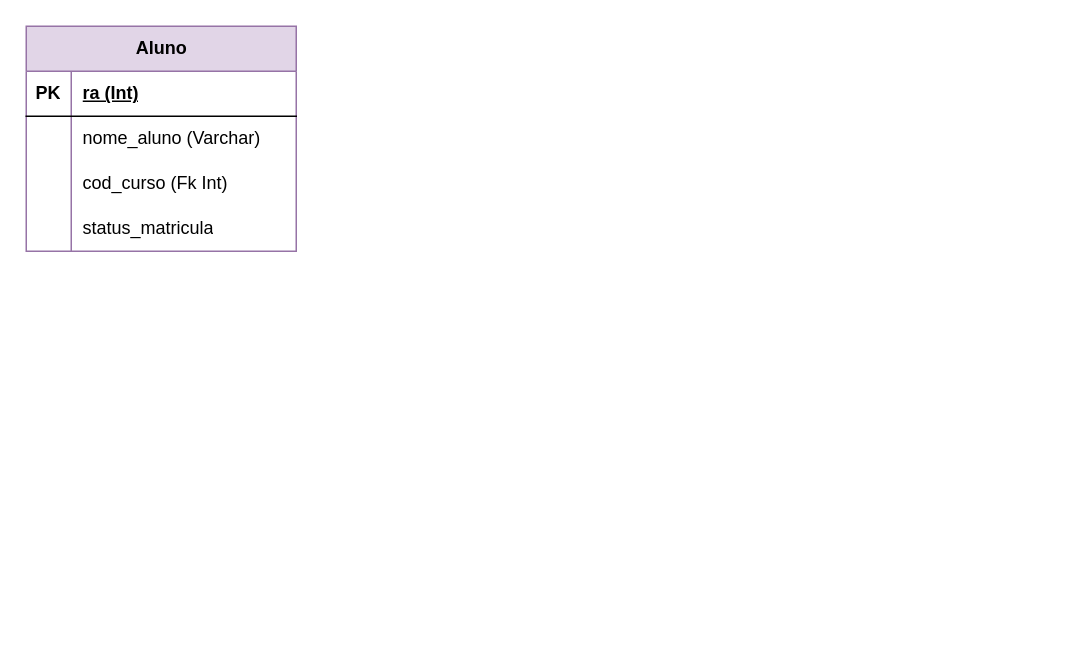
Before: faculdadebd.drawio in Laraewellen/Banco-de-dados-teste, a draw.io diagram. Source tidied: cells renumbered, new cells numbered last; positions are measured from the earlier drawing's top-left corner, leaving out a move shared by most shapes. Both pictures are drawn from the tidied source at 150%, with x=0, y=0 at pixel (26, 26).
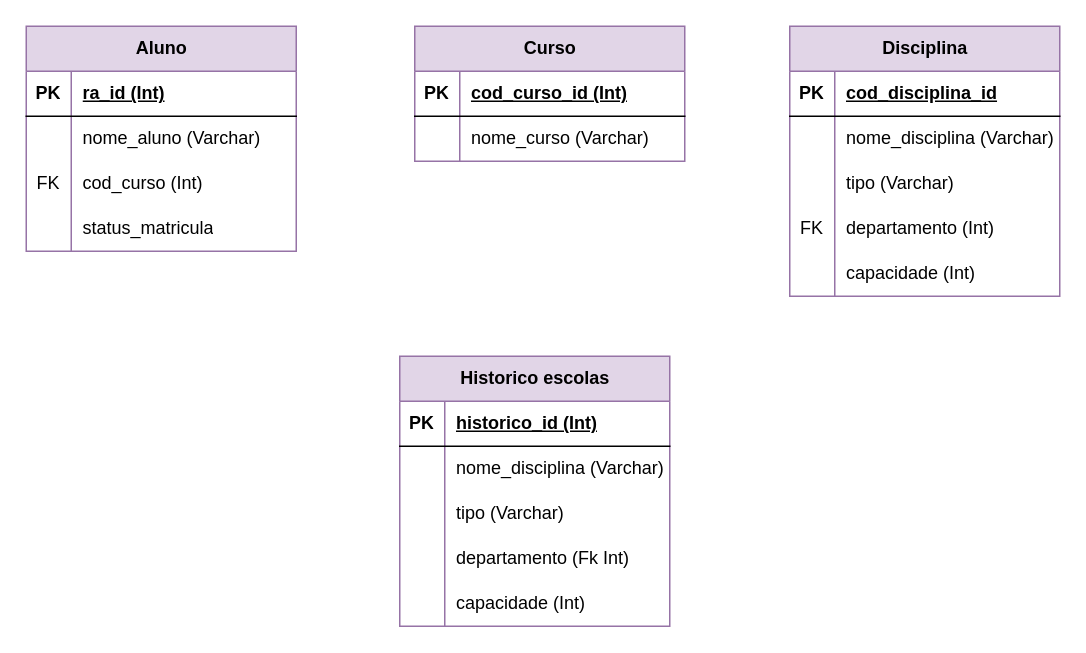
Above is the later version.

Unchanged cells that the change refers to:
```xml
<mxCell id="3" style="shape=tableRow;horizontal=0;startSize=0;swimlaneHead=0;swimlaneBody=0;fillColor=none;top=0;left=0;right=0;bottom=1;" parent="2" vertex="1">
  <mxGeometry y="30" width="180" height="30" as="geometry" />
</mxCell>
<mxCell id="9" style="shape=tableRow;horizontal=0;startSize=0;swimlaneHead=0;swimlaneBody=0;fillColor=none;top=0;left=0;right=0;bottom=0;" parent="2" vertex="1">
  <mxGeometry y="90" width="180" height="30" as="geometry" />
</mxCell>
```

The edit, as a diff of the source:
```diff
@@
-    <mxCell id="5" value="ra (Int)" style="shape=partialRectangle;fillColor=none;top=0;left=0;bottom=0;right=0;align=left;spacingLeft=6;fontStyle=5;overflow=hidden;whiteSpace=wrap;html=1;" parent="3" vertex="1">
+    <mxCell id="5" value="ra_id (Int)" style="shape=partialRectangle;fillColor=none;top=0;left=0;bottom=0;right=0;align=left;spacingLeft=6;fontStyle=5;overflow=hidden;whiteSpace=wrap;html=1;" parent="3" vertex="1">
       <mxGeometry x="30" width="150" height="30" as="geometry" />
     </mxCell>
@@
-    <mxCell id="10" style="shape=partialRectangle;fillColor=none;top=0;left=0;bottom=0;right=0;overflow=hidden;whiteSpace=wrap;html=1;" parent="9" vertex="1">
+    <mxCell id="10" value="FK" style="shape=partialRectangle;fillColor=none;top=0;left=0;bottom=0;right=0;overflow=hidden;whiteSpace=wrap;html=1;" parent="9" vertex="1">
       <mxGeometry width="30" height="30" as="geometry" />
     </mxCell>
-    <mxCell id="11" value="cod_curso (Fk Int)" style="shape=partialRectangle;fillColor=none;top=0;left=0;bottom=0;right=0;align=left;spacingLeft=6;overflow=hidden;whiteSpace=wrap;html=1;" parent="9" vertex="1">
+    <mxCell id="11" value="cod_curso (Int)" style="shape=partialRectangle;fillColor=none;top=0;left=0;bottom=0;right=0;align=left;spacingLeft=6;overflow=hidden;whiteSpace=wrap;html=1;" parent="9" vertex="1">
       <mxGeometry x="30" width="150" height="30" as="geometry" />
     </mxCell>
@@
+    <mxCell id="15" value="Disciplina" style="shape=table;startSize=30;childLayout=tableLayout;rowLines=0;fontStyle=1;align=center;html=1;fillColor=#e1d5e7;strokeColor=#9673a6;" parent="1" vertex="1">
+      <mxGeometry x="509" width="180" height="180" as="geometry" />
+    </mxCell>
+    <mxCell id="16" style="shape=tableRow;horizontal=0;startSize=0;swimlaneHead=0;swimlaneBody=0;fillColor=none;top=0;left=0;right=0;bottom=1;" parent="15" vertex="1">
+      <mxGeometry y="30" width="180" height="30" as="geometry" />
+    </mxCell>
+    <mxCell id="17" value="PK" style="shape=partialRectangle;fillColor=none;top=0;left=0;bottom=0;right=0;fontStyle=1;overflow=hidden;whiteSpace=wrap;html=1;" parent="16" vertex="1">
+      <mxGeometry width="30" height="30" as="geometry" />
+    </mxCell>
+    <mxCell id="18" value="cod_disciplina_id" style="shape=partialRectangle;fillColor=none;top=0;left=0;bottom=0;right=0;align=left;spacingLeft=6;fontStyle=5;overflow=hidden;whiteSpace=wrap;html=1;" parent="16" vertex="1">
+      <mxGeometry x="30" width="150" height="30" as="geometry" />
+    </mxCell>
+    <mxCell id="19" style="shape=tableRow;horizontal=0;startSize=0;swimlaneHead=0;swimlaneBody=0;fillColor=none;top=0;left=0;right=0;bottom=0;" parent="15" vertex="1">
+      <mxGeometry y="60" width="180" height="30" as="geometry" />
+    </mxCell>
+    <mxCell id="20" style="shape=partialRectangle;fillColor=none;top=0;left=0;bottom=0;right=0;overflow=hidden;whiteSpace=wrap;html=1;" parent="19" vertex="1">
+      <mxGeometry width="30" height="30" as="geometry" />
+    </mxCell>
+    <mxCell id="21" value="nome_disciplina (Varchar)" style="shape=partialRectangle;fillColor=none;top=0;left=0;bottom=0;right=0;align=left;spacingLeft=6;overflow=hidden;whiteSpace=wrap;html=1;" parent="19" vertex="1">
+      <mxGeometry x="30" width="150" height="30" as="geometry" />
+    </mxCell>
+    <mxCell id="22" style="shape=tableRow;horizontal=0;startSize=0;swimlaneHead=0;swimlaneBody=0;fillColor=none;top=0;left=0;right=0;bottom=0;" parent="15" vertex="1">
+      <mxGeometry y="90" width="180" height="30" as="geometry" />
+    </mxCell>
+    <mxCell id="23" style="shape=partialRectangle;fillColor=none;top=0;left=0;bottom=0;right=0;overflow=hidden;whiteSpace=wrap;html=1;" parent="22" vertex="1">
+      <mxGeometry width="30" height="30" as="geometry" />
+    </mxCell>
+    <mxCell id="24" value="tipo (Varchar)" style="shape=partialRectangle;fillColor=none;top=0;left=0;bottom=0;right=0;align=left;spacingLeft=6;overflow=hidden;whiteSpace=wrap;html=1;" parent="22" vertex="1">
+      <mxGeometry x="30" width="150" height="30" as="geometry" />
+    </mxCell>
+    <mxCell id="25" style="shape=tableRow;horizontal=0;startSize=0;swimlaneHead=0;swimlaneBody=0;fillColor=none;top=0;left=0;right=0;bottom=0;" parent="15" vertex="1">
+      <mxGeometry y="120" width="180" height="30" as="geometry" />
+    </mxCell>
+    <mxCell id="26" value="FK" style="shape=partialRectangle;fillColor=none;top=0;left=0;bottom=0;right=0;overflow=hidden;whiteSpace=wrap;html=1;" parent="25" vertex="1">
+      <mxGeometry width="30" height="30" as="geometry" />
+    </mxCell>
+    <mxCell id="27" value="departamento (Int)" style="shape=partialRectangle;fillColor=none;top=0;left=0;bottom=0;right=0;align=left;spacingLeft=6;overflow=hidden;whiteSpace=wrap;html=1;" parent="25" vertex="1">
+      <mxGeometry x="30" width="150" height="30" as="geometry" />
+    </mxCell>
+    <mxCell id="28" style="shape=tableRow;horizontal=0;startSize=0;swimlaneHead=0;swimlaneBody=0;fillColor=none;top=0;left=0;right=0;bottom=0;" parent="15" vertex="1">
+      <mxGeometry y="150" width="180" height="30" as="geometry" />
+    </mxCell>
+    <mxCell id="29" style="shape=partialRectangle;fillColor=none;top=0;left=0;bottom=0;right=0;overflow=hidden;whiteSpace=wrap;html=1;" parent="28" vertex="1">
+      <mxGeometry width="30" height="30" as="geometry" />
+    </mxCell>
+    <mxCell id="30" value="capacidade (Int)" style="shape=partialRectangle;fillColor=none;top=0;left=0;bottom=0;right=0;align=left;spacingLeft=6;overflow=hidden;whiteSpace=wrap;html=1;" parent="28" vertex="1">
+      <mxGeometry x="30" width="150" height="30" as="geometry" />
+    </mxCell>
+    <mxCell id="31" value="Curso" style="shape=table;startSize=30;childLayout=tableLayout;rowLines=0;fontStyle=1;align=center;html=1;fillColor=#e1d5e7;strokeColor=#9673a6;" parent="1" vertex="1">
+      <mxGeometry x="259" width="180" height="90" as="geometry" />
+    </mxCell>
+    <mxCell id="32" style="shape=tableRow;horizontal=0;startSize=0;swimlaneHead=0;swimlaneBody=0;fillColor=none;top=0;left=0;right=0;bottom=1;" parent="31" vertex="1">
+      <mxGeometry y="30" width="180" height="30" as="geometry" />
+    </mxCell>
+    <mxCell id="33" value="PK" style="shape=partialRectangle;fillColor=none;top=0;left=0;bottom=0;right=0;fontStyle=1;overflow=hidden;whiteSpace=wrap;html=1;" parent="32" vertex="1">
+      <mxGeometry width="30" height="30" as="geometry" />
+    </mxCell>
+    <mxCell id="34" value="cod_curso_id (Int)" style="shape=partialRectangle;fillColor=none;top=0;left=0;bottom=0;right=0;align=left;spacingLeft=6;fontStyle=5;overflow=hidden;whiteSpace=wrap;html=1;" parent="32" vertex="1">
+      <mxGeometry x="30" width="150" height="30" as="geometry" />
+    </mxCell>
+    <mxCell id="35" style="shape=tableRow;horizontal=0;startSize=0;swimlaneHead=0;swimlaneBody=0;fillColor=none;top=0;left=0;right=0;bottom=0;" parent="31" vertex="1">
+      <mxGeometry y="60" width="180" height="30" as="geometry" />
+    </mxCell>
+    <mxCell id="36" style="shape=partialRectangle;fillColor=none;top=0;left=0;bottom=0;right=0;overflow=hidden;whiteSpace=wrap;html=1;" parent="35" vertex="1">
+      <mxGeometry width="30" height="30" as="geometry" />
+    </mxCell>
+    <mxCell id="37" value="nome_curso (Varchar)" style="shape=partialRectangle;fillColor=none;top=0;left=0;bottom=0;right=0;align=left;spacingLeft=6;overflow=hidden;whiteSpace=wrap;html=1;" parent="35" vertex="1">
+      <mxGeometry x="30" width="150" height="30" as="geometry" />
+    </mxCell>
+    <mxCell id="38" value="Historico escolas" style="shape=table;startSize=30;childLayout=tableLayout;rowLines=0;fontStyle=1;align=center;html=1;fillColor=#e1d5e7;strokeColor=#9673a6;" parent="1" vertex="1">
+      <mxGeometry x="249" y="220" width="180" height="180" as="geometry" />
+    </mxCell>
+    <mxCell id="39" style="shape=tableRow;horizontal=0;startSize=0;swimlaneHead=0;swimlaneBody=0;fillColor=none;top=0;left=0;right=0;bottom=1;" parent="38" vertex="1">
+      <mxGeometry y="30" width="180" height="30" as="geometry" />
+    </mxCell>
+    <mxCell id="40" value="PK" style="shape=partialRectangle;fillColor=none;top=0;left=0;bottom=0;right=0;fontStyle=1;overflow=hidden;whiteSpace=wrap;html=1;" parent="39" vertex="1">
+      <mxGeometry width="30" height="30" as="geometry" />
+    </mxCell>
+    <mxCell id="41" value="historico_id (Int)" style="shape=partialRectangle;fillColor=none;top=0;left=0;bottom=0;right=0;align=left;spacingLeft=6;fontStyle=5;overflow=hidden;whiteSpace=wrap;html=1;" parent="39" vertex="1">
+      <mxGeometry x="30" width="150" height="30" as="geometry" />
+    </mxCell>
+    <mxCell id="42" style="shape=tableRow;horizontal=0;startSize=0;swimlaneHead=0;swimlaneBody=0;fillColor=none;top=0;left=0;right=0;bottom=0;" parent="38" vertex="1">
+      <mxGeometry y="60" width="180" height="30" as="geometry" />
+    </mxCell>
+    <mxCell id="43" style="shape=partialRectangle;fillColor=none;top=0;left=0;bottom=0;right=0;overflow=hidden;whiteSpace=wrap;html=1;" parent="42" vertex="1">
+      <mxGeometry width="30" height="30" as="geometry" />
+    </mxCell>
+    <mxCell id="44" value="nome_disciplina (Varchar)" style="shape=partialRectangle;fillColor=none;top=0;left=0;bottom=0;right=0;align=left;spacingLeft=6;overflow=hidden;whiteSpace=wrap;html=1;" parent="42" vertex="1">
+      <mxGeometry x="30" width="150" height="30" as="geometry" />
+    </mxCell>
+    <mxCell id="45" style="shape=tableRow;horizontal=0;startSize=0;swimlaneHead=0;swimlaneBody=0;fillColor=none;top=0;left=0;right=0;bottom=0;" parent="38" vertex="1">
+      <mxGeometry y="90" width="180" height="30" as="geometry" />
+    </mxCell>
+    <mxCell id="46" style="shape=partialRectangle;fillColor=none;top=0;left=0;bottom=0;right=0;overflow=hidden;whiteSpace=wrap;html=1;" parent="45" vertex="1">
+      <mxGeometry width="30" height="30" as="geometry" />
+    </mxCell>
+    <mxCell id="47" value="tipo (Varchar)" style="shape=partialRectangle;fillColor=none;top=0;left=0;bottom=0;right=0;align=left;spacingLeft=6;overflow=hidden;whiteSpace=wrap;html=1;" parent="45" vertex="1">
+      <mxGeometry x="30" width="150" height="30" as="geometry" />
+    </mxCell>
+    <mxCell id="48" style="shape=tableRow;horizontal=0;startSize=0;swimlaneHead=0;swimlaneBody=0;fillColor=none;top=0;left=0;right=0;bottom=0;" parent="38" vertex="1">
+      <mxGeometry y="120" width="180" height="30" as="geometry" />
+    </mxCell>
+    <mxCell id="49" style="shape=partialRectangle;fillColor=none;top=0;left=0;bottom=0;right=0;overflow=hidden;whiteSpace=wrap;html=1;" parent="48" vertex="1">
+      <mxGeometry width="30" height="30" as="geometry" />
+    </mxCell>
+    <mxCell id="50" value="departamento (Fk Int)" style="shape=partialRectangle;fillColor=none;top=0;left=0;bottom=0;right=0;align=left;spacingLeft=6;overflow=hidden;whiteSpace=wrap;html=1;" parent="48" vertex="1">
+      <mxGeometry x="30" width="150" height="30" as="geometry" />
+    </mxCell>
+    <mxCell id="51" style="shape=tableRow;horizontal=0;startSize=0;swimlaneHead=0;swimlaneBody=0;fillColor=none;top=0;left=0;right=0;bottom=0;" parent="38" vertex="1">
+      <mxGeometry y="150" width="180" height="30" as="geometry" />
+    </mxCell>
+    <mxCell id="52" style="shape=partialRectangle;fillColor=none;top=0;left=0;bottom=0;right=0;overflow=hidden;whiteSpace=wrap;html=1;" parent="51" vertex="1">
+      <mxGeometry width="30" height="30" as="geometry" />
+    </mxCell>
+    <mxCell id="53" value="capacidade (Int)" style="shape=partialRectangle;fillColor=none;top=0;left=0;bottom=0;right=0;align=left;spacingLeft=6;overflow=hidden;whiteSpace=wrap;html=1;" parent="51" vertex="1">
+      <mxGeometry x="30" width="150" height="30" as="geometry" />
+    </mxCell>
```
